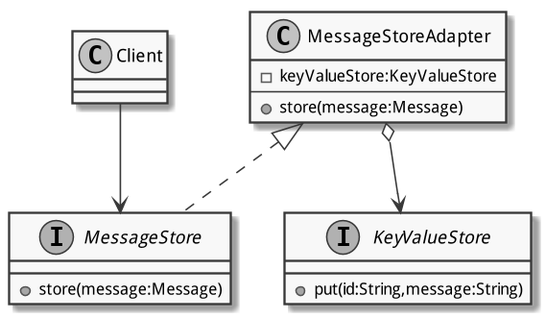
Earlier version of the PlantUML export vsk/zusammenfassung/pics/adapter.png (patrickbucher/inf-stud-hslu).
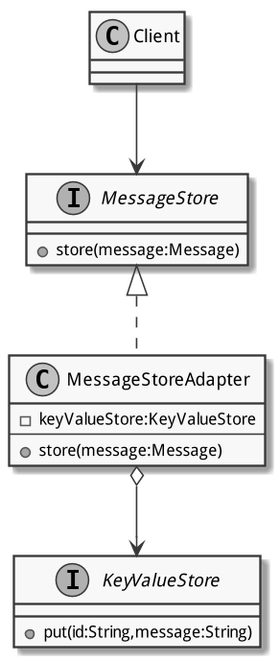
After the change.

Commit message:
Korrektur von Tippfehlern; Korrektur vom Adapter-Klassendiagramm; 150 DPI und geringere Breite für Deploymentdiagramm

Diff of the diagram source:
```diff
@@ -14,7 +14,7 @@
     + store(message:Message)
 }
 
-MessageStoreAdapter <|.. MessageStore
+MessageStore <|.. MessageStoreAdapter
 
 interface KeyValueStore {
     + put(id:String,message:String)
```
